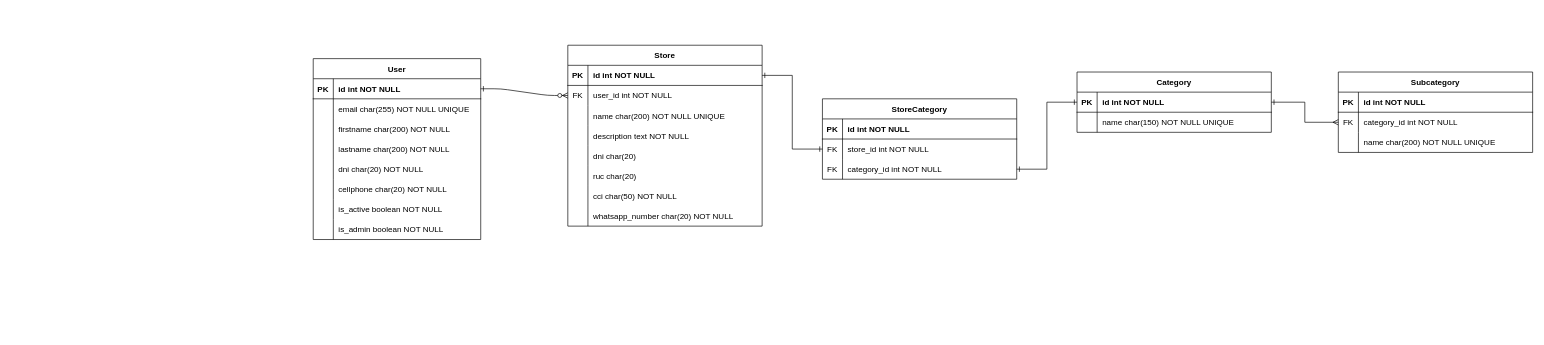
Above: db_model.drawio in webtaken/yala (draw.io), before the change. Source tidied: cells renumbered, new cells numbered last; positions are measured from the earlier drawing's top-left corner, leaving out a move shared by most shapes. Both pictures are drawn from the tidied source at 67%, with x=0, y=0 at pixel (313, 45).
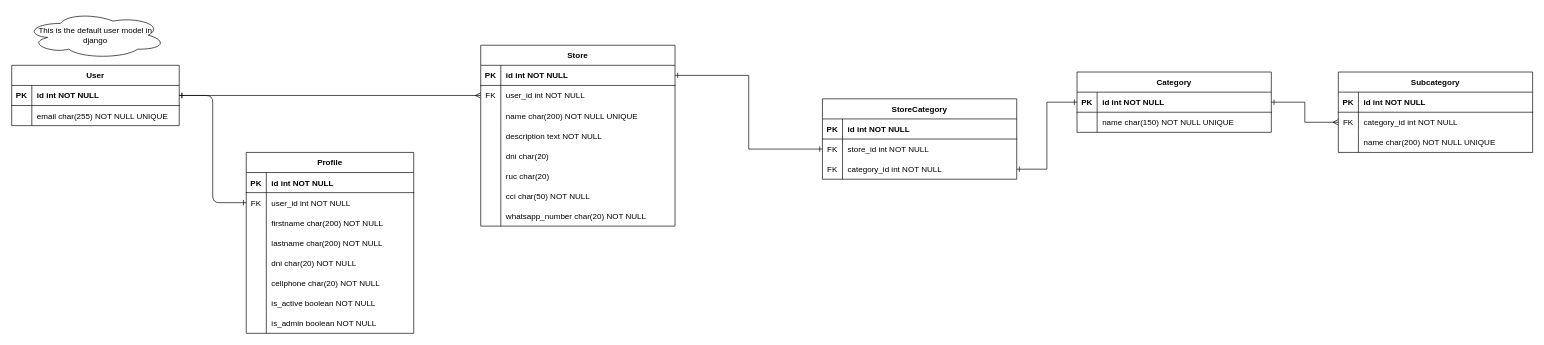
Above is the later version.

The change refers to these unchanged cells:
```xml
<mxCell id="4" style="shape=partialRectangle;fillColor=none;points=[[0,0.5],[1,0.5]];portConstraint=eastwest;top=0;left=0;right=0;bottom=1;" parent="3" vertex="1">
  <mxGeometry y="30" width="250" height="30" as="geometry" />
</mxCell>
<mxCell id="32" style="shape=partialRectangle;fillColor=none;points=[[0,0.5],[1,0.5]];portConstraint=eastwest;top=0;left=0;right=0;bottom=0;" parent="28" vertex="1">
  <mxGeometry y="60" width="290" height="30" as="geometry" />
</mxCell>
```

Diff of the diagram source:
```diff
@@
-    <mxCell id="2" style="edgeStyle=entityRelationEdgeStyle;endArrow=ERzeroToMany;startArrow=ERone;endFill=1;startFill=0;entryX=0;entryY=0.5;entryDx=0;entryDy=0;" parent="1" edge="1" source="4" target="32">
+    <mxCell id="2" style="edgeStyle=orthogonalEdgeStyle;endArrow=ERone;startArrow=ERone;endFill=0;startFill=0;entryX=0;entryY=0.5;entryDx=0;entryDy=0;" parent="1" edge="1" source="4" target="88">
       <mxGeometry relative="1" as="geometry" />
     </mxCell>
     <mxCell id="3" value="User" style="shape=table;startSize=30;childLayout=tableLayout;rowLines=0;fontStyle=1;align=center;" parent="1" vertex="1">
-      <mxGeometry y="20" width="250" height="270" as="geometry" />
+      <mxGeometry x="-450" y="30" width="250" height="90" as="geometry" />
     </mxCell>
@@
-    <mxCell id="10" style="shape=partialRectangle;fillColor=none;top=0;left=0;right=0;bottom=0;" parent="3" vertex="1">
-      <mxGeometry y="90" width="250" height="30" as="geometry" />
-    </mxCell>
-    <mxCell id="11" style="shape=partialRectangle;overflow=hidden;fillColor=none;top=0;left=0;bottom=0;right=0;" parent="10" vertex="1">
-      <mxGeometry width="30" height="30" as="geometry" />
-    </mxCell>
-    <mxCell id="12" value="firstname char(200) NOT NULL" style="shape=partialRectangle;overflow=hidden;fillColor=none;top=0;left=0;bottom=0;right=0;align=left;spacingLeft=6;" parent="10" vertex="1">
-      <mxGeometry x="30" width="220" height="30" as="geometry" />
-    </mxCell>
-    <mxCell id="13" style="shape=partialRectangle;fillColor=none;top=0;left=0;right=0;bottom=0;" parent="3" vertex="1">
-      <mxGeometry y="120" width="250" height="30" as="geometry" />
-    </mxCell>
-    <mxCell id="14" style="shape=partialRectangle;overflow=hidden;fillColor=none;top=0;left=0;bottom=0;right=0;" parent="13" vertex="1">
-      <mxGeometry width="30" height="30" as="geometry" />
-    </mxCell>
-    <mxCell id="15" value="lastname char(200) NOT NULL" style="shape=partialRectangle;overflow=hidden;fillColor=none;top=0;left=0;bottom=0;right=0;align=left;spacingLeft=6;" parent="13" vertex="1">
-      <mxGeometry x="30" width="220" height="30" as="geometry" />
-    </mxCell>
-    <mxCell id="16" style="shape=partialRectangle;fillColor=none;top=0;left=0;right=0;bottom=0;" parent="3" vertex="1">
-      <mxGeometry y="150" width="250" height="30" as="geometry" />
-    </mxCell>
-    <mxCell id="17" style="shape=partialRectangle;overflow=hidden;fillColor=none;top=0;left=0;bottom=0;right=0;" parent="16" vertex="1">
-      <mxGeometry width="30" height="30" as="geometry" />
-    </mxCell>
-    <mxCell id="18" value="dni char(20) NOT NULL" style="shape=partialRectangle;overflow=hidden;fillColor=none;top=0;left=0;bottom=0;right=0;align=left;spacingLeft=6;" parent="16" vertex="1">
-      <mxGeometry x="30" width="220" height="30" as="geometry" />
-    </mxCell>
-    <mxCell id="19" style="shape=partialRectangle;fillColor=none;top=0;left=0;right=0;bottom=0;" parent="3" vertex="1">
-      <mxGeometry y="180" width="250" height="30" as="geometry" />
-    </mxCell>
-    <mxCell id="20" style="shape=partialRectangle;overflow=hidden;fillColor=none;top=0;left=0;bottom=0;right=0;" parent="19" vertex="1">
-      <mxGeometry width="30" height="30" as="geometry" />
-    </mxCell>
-    <mxCell id="21" value="cellphone char(20) NOT NULL" style="shape=partialRectangle;overflow=hidden;fillColor=none;top=0;left=0;bottom=0;right=0;align=left;spacingLeft=6;" parent="19" vertex="1">
-      <mxGeometry x="30" width="220" height="30" as="geometry" />
-    </mxCell>
-    <mxCell id="22" style="shape=partialRectangle;fillColor=none;top=0;left=0;right=0;bottom=0;" parent="3" vertex="1">
-      <mxGeometry y="210" width="250" height="30" as="geometry" />
-    </mxCell>
-    <mxCell id="23" style="shape=partialRectangle;overflow=hidden;fillColor=none;top=0;left=0;bottom=0;right=0;" parent="22" vertex="1">
-      <mxGeometry width="30" height="30" as="geometry" />
-    </mxCell>
-    <mxCell id="24" value="is_active boolean NOT NULL" style="shape=partialRectangle;overflow=hidden;fillColor=none;top=0;left=0;bottom=0;right=0;align=left;spacingLeft=6;" parent="22" vertex="1">
-      <mxGeometry x="30" width="220" height="30" as="geometry" />
-    </mxCell>
-    <mxCell id="25" style="shape=partialRectangle;fillColor=none;top=0;left=0;right=0;bottom=0;" parent="3" vertex="1">
-      <mxGeometry y="240" width="250" height="30" as="geometry" />
-    </mxCell>
-    <mxCell id="26" style="shape=partialRectangle;overflow=hidden;fillColor=none;top=0;left=0;bottom=0;right=0;" parent="25" vertex="1">
-      <mxGeometry width="30" height="30" as="geometry" />
-    </mxCell>
-    <mxCell id="27" value="is_admin boolean NOT NULL" style="shape=partialRectangle;overflow=hidden;fillColor=none;top=0;left=0;bottom=0;right=0;align=left;spacingLeft=6;" parent="25" vertex="1">
-      <mxGeometry x="30" width="220" height="30" as="geometry" />
-    </mxCell>
     <mxCell id="28" value="Store" style="shape=table;startSize=30;childLayout=tableLayout;rowLines=0;fontStyle=1;align=center;" parent="1" vertex="1">
-      <mxGeometry x="380" width="290" height="270" as="geometry" />
+      <mxGeometry x="250" width="290" height="270" as="geometry" />
     </mxCell>
@@
+    <mxCell id="84" value="Profile" style="shape=table;startSize=30;childLayout=tableLayout;rowLines=0;fontStyle=1;align=center;" parent="1" vertex="1">
+      <mxGeometry x="-100" y="160" width="250" height="270" as="geometry" />
+    </mxCell>
+    <mxCell id="85" style="shape=partialRectangle;fillColor=none;top=0;left=0;right=0;bottom=1;" parent="84" vertex="1">
+      <mxGeometry y="30" width="250" height="30" as="geometry" />
+    </mxCell>
+    <mxCell id="86" value="PK" style="shape=partialRectangle;overflow=hidden;fillColor=none;top=0;left=0;bottom=0;right=0;fontStyle=1;" parent="85" vertex="1">
+      <mxGeometry width="30" height="30" as="geometry" />
+    </mxCell>
+    <mxCell id="87" value="id int NOT NULL " style="shape=partialRectangle;overflow=hidden;fillColor=none;top=0;left=0;bottom=0;right=0;align=left;spacingLeft=6;fontStyle=1;" parent="85" vertex="1">
+      <mxGeometry x="30" width="220" height="30" as="geometry" />
+    </mxCell>
+    <mxCell id="88" style="shape=partialRectangle;fillColor=none;points=[[0,0.5],[1,0.5]];portConstraint=eastwest;top=0;left=0;right=0;bottom=0;" parent="84" vertex="1">
+      <mxGeometry y="60" width="250" height="30" as="geometry" />
+    </mxCell>
+    <mxCell id="89" value="FK" style="shape=partialRectangle;overflow=hidden;fillColor=none;top=0;left=0;bottom=0;right=0;" parent="88" vertex="1">
+      <mxGeometry width="30" height="30" as="geometry" />
+    </mxCell>
+    <mxCell id="90" value="user_id int NOT NULL" style="shape=partialRectangle;overflow=hidden;fillColor=none;top=0;left=0;bottom=0;right=0;align=left;spacingLeft=6;" parent="88" vertex="1">
+      <mxGeometry x="30" width="220" height="30" as="geometry" />
+    </mxCell>
+    <mxCell id="10" style="shape=partialRectangle;fillColor=none;top=0;left=0;right=0;bottom=0;" parent="84" vertex="1">
+      <mxGeometry y="90" width="250" height="30" as="geometry" />
+    </mxCell>
+    <mxCell id="91" style="shape=partialRectangle;overflow=hidden;fillColor=none;top=0;left=0;bottom=0;right=0;" parent="10" vertex="1">
+      <mxGeometry width="30" height="30" as="geometry" />
+    </mxCell>
+    <mxCell id="12" value="firstname char(200) NOT NULL" style="shape=partialRectangle;overflow=hidden;fillColor=none;top=0;left=0;bottom=0;right=0;align=left;spacingLeft=6;" parent="10" vertex="1">
+      <mxGeometry x="30" width="220" height="30" as="geometry" />
+    </mxCell>
+    <mxCell id="13" style="shape=partialRectangle;fillColor=none;top=0;left=0;right=0;bottom=0;" parent="84" vertex="1">
+      <mxGeometry y="120" width="250" height="30" as="geometry" />
+    </mxCell>
+    <mxCell id="92" style="shape=partialRectangle;overflow=hidden;fillColor=none;top=0;left=0;bottom=0;right=0;" parent="13" vertex="1">
+      <mxGeometry width="30" height="30" as="geometry" />
+    </mxCell>
+    <mxCell id="15" value="lastname char(200) NOT NULL" style="shape=partialRectangle;overflow=hidden;fillColor=none;top=0;left=0;bottom=0;right=0;align=left;spacingLeft=6;" parent="13" vertex="1">
+      <mxGeometry x="30" width="220" height="30" as="geometry" />
+    </mxCell>
+    <mxCell id="16" style="shape=partialRectangle;fillColor=none;top=0;left=0;right=0;bottom=0;" parent="84" vertex="1">
+      <mxGeometry y="150" width="250" height="30" as="geometry" />
+    </mxCell>
+    <mxCell id="93" style="shape=partialRectangle;overflow=hidden;fillColor=none;top=0;left=0;bottom=0;right=0;" parent="16" vertex="1">
+      <mxGeometry width="30" height="30" as="geometry" />
+    </mxCell>
+    <mxCell id="18" value="dni char(20) NOT NULL" style="shape=partialRectangle;overflow=hidden;fillColor=none;top=0;left=0;bottom=0;right=0;align=left;spacingLeft=6;" parent="16" vertex="1">
+      <mxGeometry x="30" width="220" height="30" as="geometry" />
+    </mxCell>
+    <mxCell id="19" style="shape=partialRectangle;fillColor=none;top=0;left=0;right=0;bottom=0;" parent="84" vertex="1">
+      <mxGeometry y="180" width="250" height="30" as="geometry" />
+    </mxCell>
+    <mxCell id="94" style="shape=partialRectangle;overflow=hidden;fillColor=none;top=0;left=0;bottom=0;right=0;" parent="19" vertex="1">
+      <mxGeometry width="30" height="30" as="geometry" />
+    </mxCell>
+    <mxCell id="21" value="cellphone char(20) NOT NULL" style="shape=partialRectangle;overflow=hidden;fillColor=none;top=0;left=0;bottom=0;right=0;align=left;spacingLeft=6;" parent="19" vertex="1">
+      <mxGeometry x="30" width="220" height="30" as="geometry" />
+    </mxCell>
+    <mxCell id="22" style="shape=partialRectangle;fillColor=none;top=0;left=0;right=0;bottom=0;" parent="84" vertex="1">
+      <mxGeometry y="210" width="250" height="30" as="geometry" />
+    </mxCell>
+    <mxCell id="95" style="shape=partialRectangle;overflow=hidden;fillColor=none;top=0;left=0;bottom=0;right=0;" parent="22" vertex="1">
+      <mxGeometry width="30" height="30" as="geometry" />
+    </mxCell>
+    <mxCell id="24" value="is_active boolean NOT NULL" style="shape=partialRectangle;overflow=hidden;fillColor=none;top=0;left=0;bottom=0;right=0;align=left;spacingLeft=6;" parent="22" vertex="1">
+      <mxGeometry x="30" width="220" height="30" as="geometry" />
+    </mxCell>
+    <mxCell id="25" style="shape=partialRectangle;fillColor=none;top=0;left=0;right=0;bottom=0;" parent="84" vertex="1">
+      <mxGeometry y="240" width="250" height="30" as="geometry" />
+    </mxCell>
+    <mxCell id="96" style="shape=partialRectangle;overflow=hidden;fillColor=none;top=0;left=0;bottom=0;right=0;" parent="25" vertex="1">
+      <mxGeometry width="30" height="30" as="geometry" />
+    </mxCell>
+    <mxCell id="27" value="is_admin boolean NOT NULL" style="shape=partialRectangle;overflow=hidden;fillColor=none;top=0;left=0;bottom=0;right=0;align=left;spacingLeft=6;" parent="25" vertex="1">
+      <mxGeometry x="30" width="220" height="30" as="geometry" />
+    </mxCell>
+    <mxCell id="97" style="edgeStyle=orthogonalEdgeStyle;rounded=0;jettySize=auto;html=1;exitX=1;exitY=0.5;exitDx=0;exitDy=0;endArrow=ERmany;endFill=0;startArrow=ERone;startFill=0;" parent="1" edge="1" source="4" target="32">
+      <mxGeometry relative="1" as="geometry" />
+    </mxCell>
+    <mxCell id="98" value="This is the default user model in django" style="ellipse;shape=cloud;whiteSpace=wrap;html=1;" parent="1" vertex="1">
+      <mxGeometry x="-430" y="-50" width="210" height="70" as="geometry" />
+    </mxCell>
```
